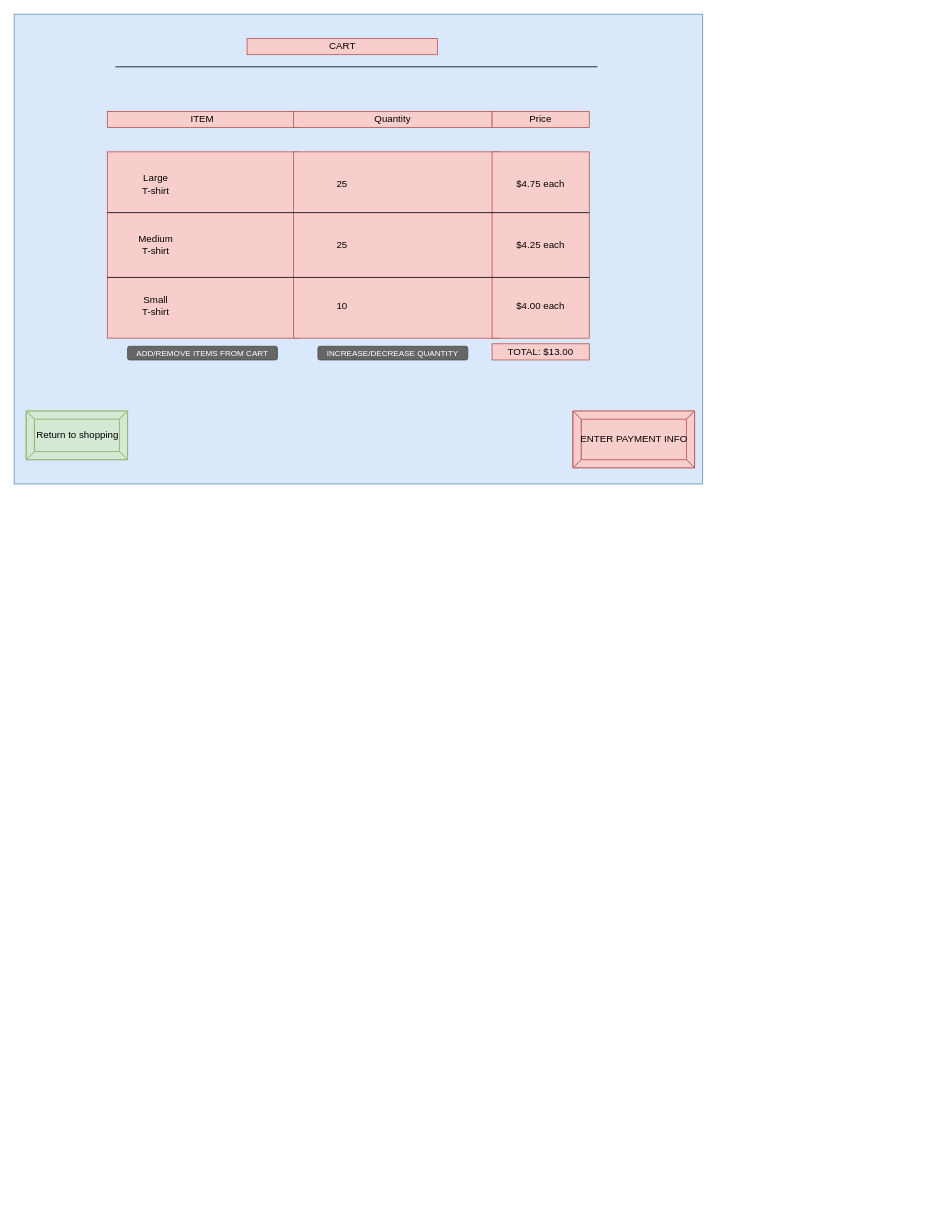
This is Untitled Diagram.drawio from sstrawmatt2/CS200, a draw.io file, before an edit. Source tidied: cells renumbered, new cells numbered last; positions are measured from the earlier drawing's top-left corner, leaving out a move shared by most shapes. Both pictures are drawn from the tidied source at 81%, with x=0, y=0 at pixel (14, 14).
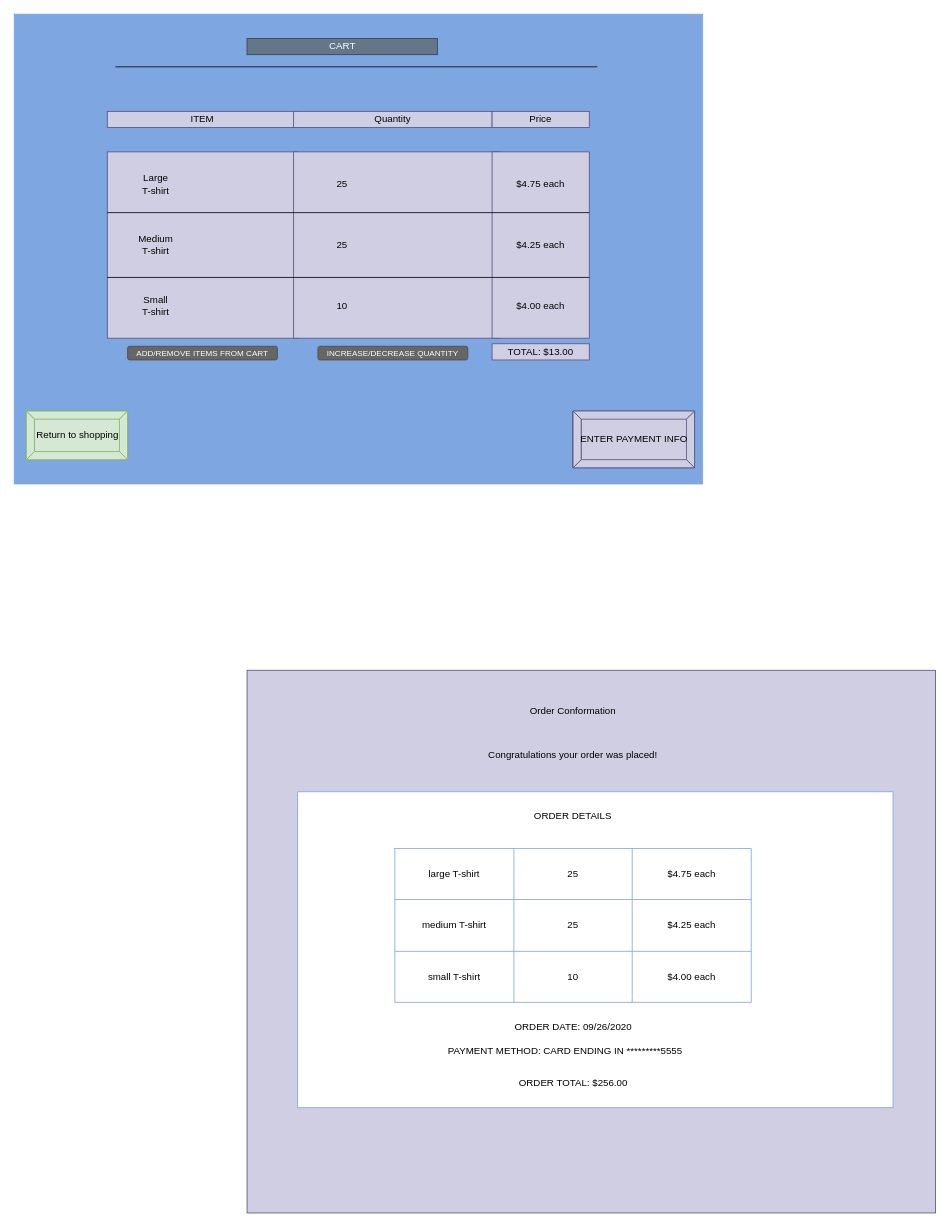
The same page after the edit.

The edit, as a diff of the source:
```diff
@@
-    <mxCell id="2" style="rounded=0;whiteSpace=wrap;html=1;fillColor=#dae8fc;strokeColor=#6c8ebf;" parent="1" vertex="1">
+    <mxCell id="2" style="rounded=0;whiteSpace=wrap;html=1;strokeColor=#7EA6E0;fillColor=#7EA6E0;" parent="1" vertex="1">
       <mxGeometry width="850" height="580" as="geometry" />
     </mxCell>
-    <mxCell id="3" value="ITEM" style="text;html=1;strokeColor=#b85450;fillColor=#f8cecc;align=center;verticalAlign=middle;whiteSpace=wrap;rounded=0;" parent="1" vertex="1">
+    <mxCell id="3" value="ITEM" style="text;html=1;strokeColor=#56517e;fillColor=#d0cee2;align=center;verticalAlign=middle;whiteSpace=wrap;rounded=0;" parent="1" vertex="1">
       <mxGeometry x="115" y="120" width="235" height="20" as="geometry" />
     </mxCell>
-    <mxCell id="4" style="rounded=0;whiteSpace=wrap;html=1;fillColor=#f8cecc;strokeColor=#b85450;" parent="1" vertex="1">
+    <mxCell id="4" style="rounded=0;whiteSpace=wrap;html=1;fillColor=#d0cee2;strokeColor=#56517e;" parent="1" vertex="1">
       <mxGeometry x="115" y="170" width="235" height="230" as="geometry" />
     </mxCell>
@@
-    <mxCell id="8" value="Quantity" style="text;html=1;strokeColor=#b85450;fillColor=#f8cecc;align=center;verticalAlign=middle;whiteSpace=wrap;rounded=0;" parent="1" vertex="1">
+    <mxCell id="8" value="Quantity" style="text;html=1;strokeColor=#56517e;fillColor=#d0cee2;align=center;verticalAlign=middle;whiteSpace=wrap;rounded=0;" parent="1" vertex="1">
       <mxGeometry x="345" y="120" width="245" height="20" as="geometry" />
     </mxCell>
-    <mxCell id="9" value="Price" style="text;html=1;strokeColor=#b85450;fillColor=#f8cecc;align=center;verticalAlign=middle;whiteSpace=wrap;rounded=0;" parent="1" vertex="1">
+    <mxCell id="9" value="Price" style="text;html=1;strokeColor=#56517e;fillColor=#d0cee2;align=center;verticalAlign=middle;whiteSpace=wrap;rounded=0;" parent="1" vertex="1">
       <mxGeometry x="590" y="120" width="120" height="20" as="geometry" />
     </mxCell>
-    <mxCell id="10" style="rounded=0;whiteSpace=wrap;html=1;fillColor=#f8cecc;strokeColor=#b85450;" parent="1" vertex="1">
+    <mxCell id="10" style="rounded=0;whiteSpace=wrap;html=1;fillColor=#d0cee2;strokeColor=#56517e;" parent="1" vertex="1">
       <mxGeometry x="345" y="170" width="255" height="230" as="geometry" />
     </mxCell>
-    <mxCell id="11" style="rounded=0;whiteSpace=wrap;html=1;fillColor=#f8cecc;strokeColor=#b85450;" parent="1" vertex="1">
+    <mxCell id="11" style="rounded=0;whiteSpace=wrap;html=1;fillColor=#d0cee2;strokeColor=#56517e;" parent="1" vertex="1">
       <mxGeometry x="590" y="170" width="120" height="230" as="geometry" />
     </mxCell>
@@
-    <mxCell id="18" value="CART" style="text;html=1;strokeColor=#b85450;fillColor=#f8cecc;align=center;verticalAlign=middle;whiteSpace=wrap;rounded=0;" parent="1" vertex="1">
+    <mxCell id="18" value="CART" style="text;html=1;strokeColor=#314354;fillColor=#647687;align=center;verticalAlign=middle;whiteSpace=wrap;rounded=0;fontColor=#ffffff;" parent="1" vertex="1">
       <mxGeometry x="287.5" y="30" width="235" height="20" as="geometry" />
     </mxCell>
@@
-    <mxCell id="22" value="ENTER PAYMENT INFO" style="labelPosition=center;verticalLabelPosition=middle;align=center;html=1;shape=mxgraph.basic.button;dx=10;fillColor=#f8cecc;strokeColor=#b85450;" parent="1" vertex="1">
+    <mxCell id="22" value="ENTER PAYMENT INFO" style="labelPosition=center;verticalLabelPosition=middle;align=center;html=1;shape=mxgraph.basic.button;dx=10;fillColor=#d0cee2;strokeColor=#56517e;" parent="1" vertex="1">
       <mxGeometry x="690" y="490" width="150" height="70" as="geometry" />
     </mxCell>
@@
-    <mxCell id="25" value="TOTAL: $13.00" style="text;html=1;strokeColor=#b85450;fillColor=#f8cecc;align=center;verticalAlign=middle;whiteSpace=wrap;rounded=0;" parent="1" vertex="1">
+    <mxCell id="25" value="TOTAL: $13.00" style="text;html=1;strokeColor=#56517e;fillColor=#d0cee2;align=center;verticalAlign=middle;whiteSpace=wrap;rounded=0;" parent="1" vertex="1">
       <mxGeometry x="590" y="406.9" width="120" height="20" as="geometry" />
     </mxCell>
@@
+    <mxCell id="27" style="rounded=0;whiteSpace=wrap;html=1;strokeColor=#56517e;fillColor=#d0cee2;" parent="1" vertex="1">
+      <mxGeometry x="287.5" y="810" width="850" height="670" as="geometry" />
+    </mxCell>
+    <mxCell id="28" value="Order Conformation" style="text;html=1;strokeColor=none;fillColor=none;align=center;verticalAlign=middle;whiteSpace=wrap;rounded=0;" parent="1" vertex="1">
+      <mxGeometry x="600" y="820" width="180" height="80" as="geometry" />
+    </mxCell>
+    <mxCell id="29" value="Congratulations your order was placed!" style="text;html=1;strokeColor=none;fillColor=none;align=center;verticalAlign=middle;whiteSpace=wrap;rounded=0;" parent="1" vertex="1">
+      <mxGeometry x="580" y="900" width="220" height="30" as="geometry" />
+    </mxCell>
+    <mxCell id="30" style="rounded=0;whiteSpace=wrap;html=1;strokeColor=#7EA6E0;fillColor=#FFFFFF;" parent="1" vertex="1">
+      <mxGeometry x="350" y="960" width="735" height="390" as="geometry" />
+    </mxCell>
+    <mxCell id="31" style="shape=table;html=1;whiteSpace=wrap;startSize=0;childLayout=tableLayout;strokeColor=#7EA6E0;fillColor=#FFFFFF;" parent="1" vertex="1">
+      <mxGeometry x="470" y="1030" width="440" height="190" as="geometry" />
+    </mxCell>
+    <mxCell id="32" style="shape=partialRectangle;html=1;whiteSpace=wrap;fillColor=none;top=0;left=0;bottom=0;right=0;" parent="31" vertex="1">
+      <mxGeometry width="440" height="63" as="geometry" />
+    </mxCell>
+    <mxCell id="33" value="large T-shirt" style="shape=partialRectangle;html=1;whiteSpace=wrap;fillColor=none;top=0;left=0;bottom=0;right=0;overflow=hidden;" parent="32" vertex="1">
+      <mxGeometry width="147" height="63" as="geometry" />
+    </mxCell>
+    <mxCell id="34" value="25" style="shape=partialRectangle;html=1;whiteSpace=wrap;fillColor=none;top=0;left=0;bottom=0;right=0;overflow=hidden;" parent="32" vertex="1">
+      <mxGeometry x="147" width="146" height="63" as="geometry" />
+    </mxCell>
+    <mxCell id="35" value="$4.75 each" style="shape=partialRectangle;html=1;whiteSpace=wrap;fillColor=none;top=0;left=0;bottom=0;right=0;overflow=hidden;" parent="32" vertex="1">
+      <mxGeometry x="293" width="147" height="63" as="geometry" />
+    </mxCell>
+    <mxCell id="36" style="shape=partialRectangle;html=1;whiteSpace=wrap;fillColor=none;top=0;left=0;bottom=0;right=0;" parent="31" vertex="1">
+      <mxGeometry y="63" width="440" height="64" as="geometry" />
+    </mxCell>
+    <mxCell id="37" value="medium T-shirt" style="shape=partialRectangle;html=1;whiteSpace=wrap;fillColor=none;top=0;left=0;bottom=0;right=0;overflow=hidden;" parent="36" vertex="1">
+      <mxGeometry width="147" height="64" as="geometry" />
+    </mxCell>
+    <mxCell id="38" value="25" style="shape=partialRectangle;html=1;whiteSpace=wrap;fillColor=none;top=0;left=0;bottom=0;right=0;overflow=hidden;" parent="36" vertex="1">
+      <mxGeometry x="147" width="146" height="64" as="geometry" />
+    </mxCell>
+    <mxCell id="39" value="$4.25 each" style="shape=partialRectangle;html=1;whiteSpace=wrap;fillColor=none;top=0;left=0;bottom=0;right=0;overflow=hidden;" parent="36" vertex="1">
+      <mxGeometry x="293" width="147" height="64" as="geometry" />
+    </mxCell>
+    <mxCell id="40" style="shape=partialRectangle;html=1;whiteSpace=wrap;fillColor=none;top=0;left=0;bottom=0;right=0;" parent="31" vertex="1">
+      <mxGeometry y="127" width="440" height="63" as="geometry" />
+    </mxCell>
+    <mxCell id="41" value="small T-shirt" style="shape=partialRectangle;html=1;whiteSpace=wrap;fillColor=none;top=0;left=0;bottom=0;right=0;overflow=hidden;" parent="40" vertex="1">
+      <mxGeometry width="147" height="63" as="geometry" />
+    </mxCell>
+    <mxCell id="42" value="10" style="shape=partialRectangle;html=1;whiteSpace=wrap;fillColor=none;top=0;left=0;bottom=0;right=0;overflow=hidden;" parent="40" vertex="1">
+      <mxGeometry x="147" width="146" height="63" as="geometry" />
+    </mxCell>
+    <mxCell id="43" value="$4.00 each" style="shape=partialRectangle;html=1;whiteSpace=wrap;fillColor=none;top=0;left=0;bottom=0;right=0;overflow=hidden;" parent="40" vertex="1">
+      <mxGeometry x="293" width="147" height="63" as="geometry" />
+    </mxCell>
+    <mxCell id="44" value="ORDER DETAILS" style="text;html=1;strokeColor=none;fillColor=none;align=center;verticalAlign=middle;whiteSpace=wrap;rounded=0;" parent="1" vertex="1">
+      <mxGeometry x="590" y="980" width="200" height="20" as="geometry" />
+    </mxCell>
+    <mxCell id="45" value="PAYMENT METHOD: CARD ENDING IN *********5555" style="text;html=1;strokeColor=none;fillColor=none;align=center;verticalAlign=middle;whiteSpace=wrap;rounded=0;" parent="1" vertex="1">
+      <mxGeometry x="522.5" y="1270" width="315" height="20" as="geometry" />
+    </mxCell>
+    <mxCell id="46" value="ORDER DATE: 09/26/2020" style="text;html=1;strokeColor=none;fillColor=none;align=center;verticalAlign=middle;whiteSpace=wrap;rounded=0;" parent="1" vertex="1">
+      <mxGeometry x="532.5" y="1240" width="315" height="20" as="geometry" />
+    </mxCell>
+    <mxCell id="47" value="ORDER TOTAL: $256.00" style="text;html=1;strokeColor=none;fillColor=none;align=center;verticalAlign=middle;whiteSpace=wrap;rounded=0;" parent="1" vertex="1">
+      <mxGeometry x="532.5" y="1310" width="315" height="20" as="geometry" />
+    </mxCell>
```
